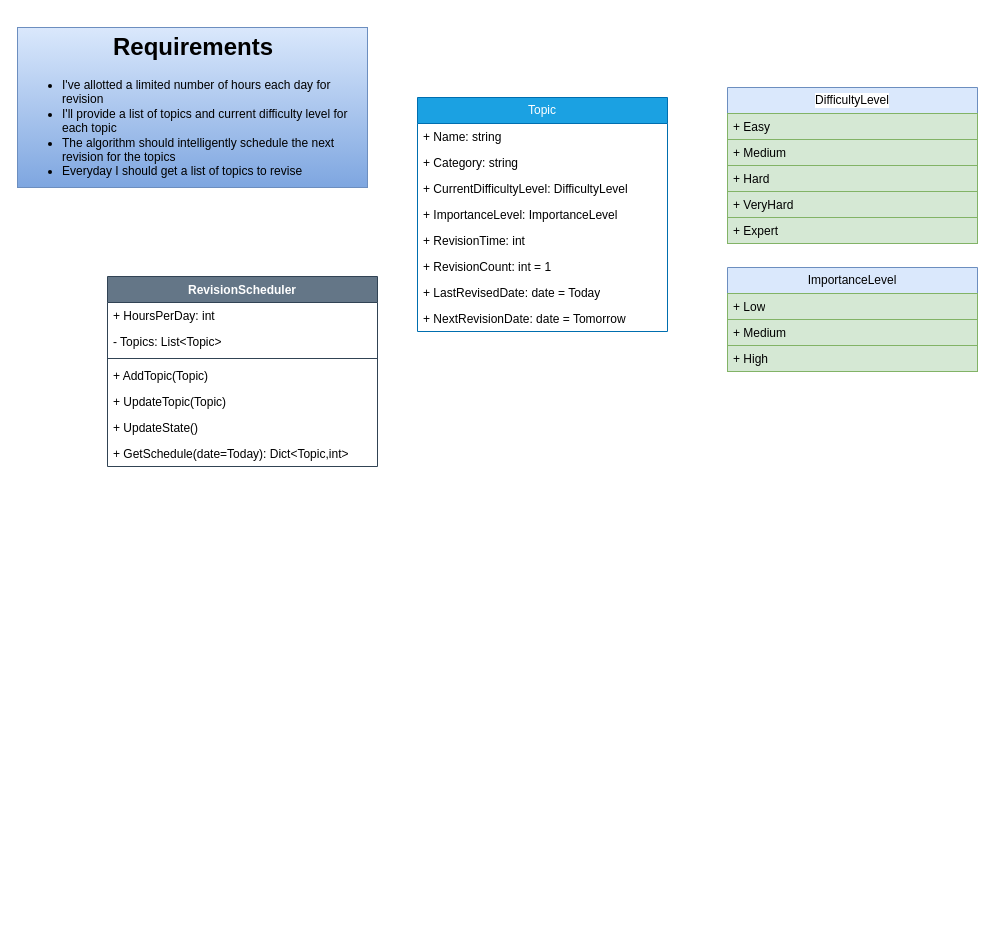
This is Doc/RevisionScheduler.drawio from argon17/RevisionScheduler, a draw.io file, before an edit. Source tidied: cells renumbered, new cells numbered last; positions are measured from the earlier drawing's top-left corner, leaving out a move shared by most shapes. Both pictures are drawn from the tidied source at 100%, with x=0, y=0 at pixel (17, 27).
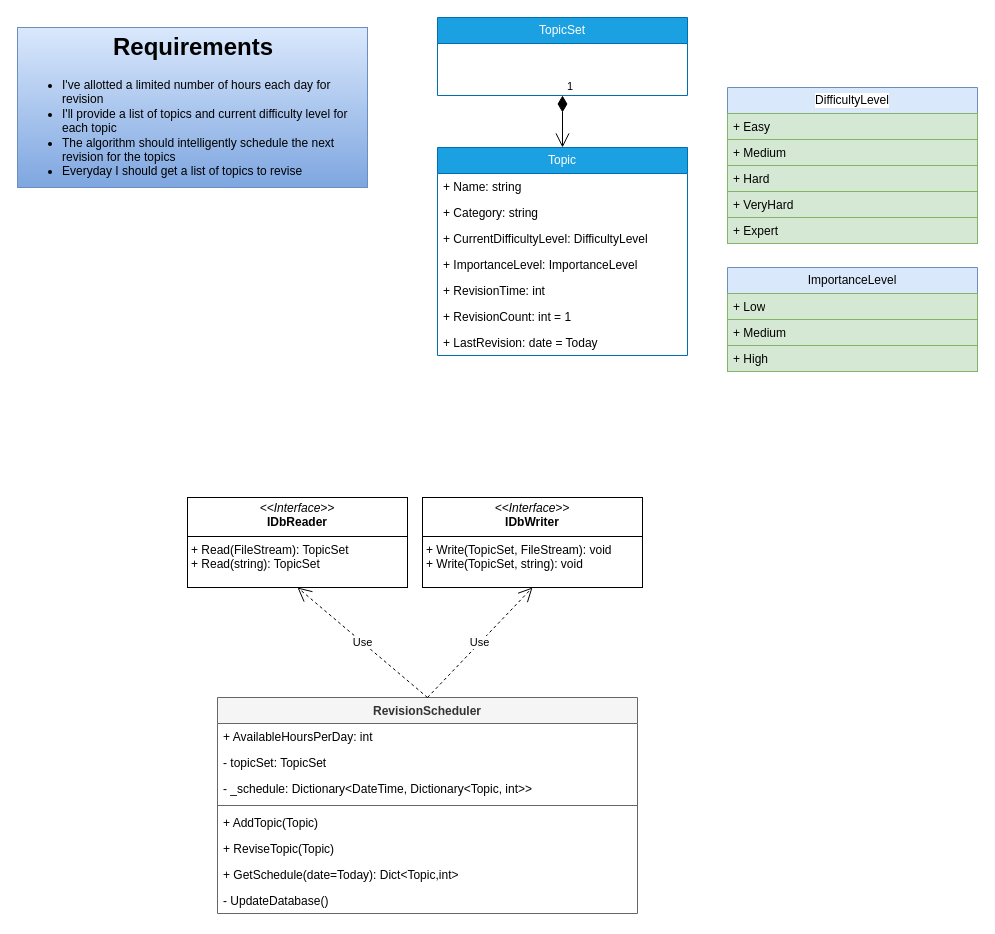
After the change.

The edit, as a diff of the source:
```diff
@@
     <mxCell id="3" value="Topic" style="swimlane;fontStyle=0;horizontal=1;startSize=26;fillColor=#1ba1e2;whiteSpace=wrap;html=1;fontColor=#ffffff;strokeColor=#006EAF;" parent="1" vertex="1">
-      <mxGeometry x="400" y="70" width="250" height="234" as="geometry" />
+      <mxGeometry x="420" y="120" width="250" height="208" as="geometry" />
     </mxCell>
@@
-    <mxCell id="10" value="+ LastRevisedDate: d&lt;span style=&quot;background-color: initial;&quot;&gt;ate = Today&lt;/span&gt;" style="text;strokeColor=none;fillColor=none;align=left;verticalAlign=top;spacingLeft=4;spacingRight=4;overflow=hidden;whiteSpace=wrap;html=1;" parent="3" vertex="1">
+    <mxCell id="10" value="+ LastRevision: d&lt;span style=&quot;background-color: initial;&quot;&gt;ate = Today&lt;/span&gt;" style="text;strokeColor=none;fillColor=none;align=left;verticalAlign=top;spacingLeft=4;spacingRight=4;overflow=hidden;whiteSpace=wrap;html=1;" parent="3" vertex="1">
       <mxGeometry y="182" width="250" height="26" as="geometry" />
     </mxCell>
-    <mxCell id="11" value="+ NextRevisionDate: d&lt;span style=&quot;background-color: initial;&quot;&gt;ate = Tomorrow&lt;/span&gt;" style="text;strokeColor=none;fillColor=none;align=left;verticalAlign=top;spacingLeft=4;spacingRight=4;overflow=hidden;whiteSpace=wrap;html=1;" parent="3" vertex="1">
-      <mxGeometry y="208" width="250" height="26" as="geometry" />
-    </mxCell>
@@
-    <mxCell id="22" value="RevisionScheduler" style="swimlane;fontStyle=1;align=center;verticalAlign=top;horizontal=1;startSize=26;whiteSpace=wrap;html=1;fillColor=#647687;strokeColor=#314354;fontColor=#ffffff;" parent="1" vertex="1">
-      <mxGeometry x="90" y="249" width="270" height="190" as="geometry" />
+    <mxCell id="22" value="RevisionScheduler" style="swimlane;fontStyle=1;align=center;verticalAlign=top;horizontal=1;startSize=26;whiteSpace=wrap;html=1;fillColor=#f5f5f5;strokeColor=#666666;fontColor=#333333;" parent="1" vertex="1">
+      <mxGeometry x="200" y="670" width="420" height="216" as="geometry" />
     </mxCell>
-    <mxCell id="23" value="+ HoursPerDay: int" style="text;strokeColor=none;fillColor=none;align=left;verticalAlign=top;spacingLeft=4;spacingRight=4;overflow=hidden;whiteSpace=wrap;html=1;" parent="22" vertex="1">
-      <mxGeometry y="26" width="270" height="26" as="geometry" />
+    <mxCell id="23" value="+ AvailableHoursPerDay: int" style="text;strokeColor=none;fillColor=none;align=left;verticalAlign=top;spacingLeft=4;spacingRight=4;overflow=hidden;whiteSpace=wrap;html=1;" parent="22" vertex="1">
+      <mxGeometry y="26" width="420" height="26" as="geometry" />
     </mxCell>
-    <mxCell id="24" value="- Topics: List&amp;lt;Topic&amp;gt;" style="text;strokeColor=none;fillColor=none;align=left;verticalAlign=top;spacingLeft=4;spacingRight=4;overflow=hidden;whiteSpace=wrap;html=1;" parent="22" vertex="1">
-      <mxGeometry y="52" width="270" height="26" as="geometry" />
+    <mxCell id="24" value="- topicSet: TopicSet" style="text;strokeColor=none;fillColor=none;align=left;verticalAlign=top;spacingLeft=4;spacingRight=4;overflow=hidden;whiteSpace=wrap;html=1;" parent="22" vertex="1">
+      <mxGeometry y="52" width="420" height="26" as="geometry" />
     </mxCell>
+    <mxCell id="30" value="- _schedule: Dictionary&amp;lt;DateTime, Dictionary&amp;lt;Topic, int&amp;gt;&amp;gt;" style="text;strokeColor=none;fillColor=none;align=left;verticalAlign=top;spacingLeft=4;spacingRight=4;overflow=hidden;whiteSpace=wrap;html=1;" parent="22" vertex="1">
+      <mxGeometry y="78" width="420" height="26" as="geometry" />
+    </mxCell>
     <mxCell id="25" style="line;strokeWidth=1;fillColor=none;align=left;verticalAlign=middle;spacingTop=-1;spacingLeft=3;spacingRight=3;labelPosition=right;strokeColor=inherit;" parent="22" vertex="1">
-      <mxGeometry y="78" width="270" height="8" as="geometry" />
+      <mxGeometry y="104" width="420" height="8" as="geometry" />
     </mxCell>
     <mxCell id="26" value="+ AddTopic(Topic)" style="text;strokeColor=none;fillColor=none;align=left;verticalAlign=top;spacingLeft=4;spacingRight=4;overflow=hidden;whiteSpace=wrap;html=1;" parent="22" vertex="1">
-      <mxGeometry y="86" width="270" height="26" as="geometry" />
+      <mxGeometry y="112" width="420" height="26" as="geometry" />
     </mxCell>
-    <mxCell id="27" value="+ UpdateTopic(Topic)" style="text;strokeColor=none;fillColor=none;align=left;verticalAlign=top;spacingLeft=4;spacingRight=4;overflow=hidden;whiteSpace=wrap;html=1;" parent="22" vertex="1">
-      <mxGeometry y="112" width="270" height="26" as="geometry" />
+    <mxCell id="27" value="+ ReviseTopic(Topic)" style="text;strokeColor=none;fillColor=none;align=left;verticalAlign=top;spacingLeft=4;spacingRight=4;overflow=hidden;whiteSpace=wrap;html=1;" parent="22" vertex="1">
+      <mxGeometry y="138" width="420" height="26" as="geometry" />
     </mxCell>
+    <mxCell id="29" value="+ GetSchedule(date=Today): Dict&amp;lt;Topic,int&amp;gt;" style="text;strokeColor=none;fillColor=none;align=left;verticalAlign=top;spacingLeft=4;spacingRight=4;overflow=hidden;whiteSpace=wrap;html=1;" parent="22" vertex="1">
+      <mxGeometry y="164" width="420" height="26" as="geometry" />
+    </mxCell>
-    <mxCell id="28" value="+ UpdateState()" style="text;strokeColor=none;fillColor=none;align=left;verticalAlign=top;spacingLeft=4;spacingRight=4;overflow=hidden;whiteSpace=wrap;html=1;" parent="22" vertex="1">
-      <mxGeometry y="138" width="270" height="26" as="geometry" />
+    <mxCell id="28" value="- UpdateDatabase()" style="text;strokeColor=none;fillColor=none;align=left;verticalAlign=top;spacingLeft=4;spacingRight=4;overflow=hidden;whiteSpace=wrap;html=1;" parent="22" vertex="1">
+      <mxGeometry y="190" width="420" height="26" as="geometry" />
     </mxCell>
-    <mxCell id="29" value="+ GetSchedule(date=Today): Dict&amp;lt;Topic,int&amp;gt;" style="text;strokeColor=none;fillColor=none;align=left;verticalAlign=top;spacingLeft=4;spacingRight=4;overflow=hidden;whiteSpace=wrap;html=1;" parent="22" vertex="1">
-      <mxGeometry y="164" width="270" height="26" as="geometry" />
-    </mxCell>
+    <mxCell id="31" value="TopicSet" style="swimlane;fontStyle=0;horizontal=1;startSize=26;fillColor=#1ba1e2;whiteSpace=wrap;html=1;fontColor=#ffffff;strokeColor=#006EAF;" parent="1" vertex="1">
+      <mxGeometry x="420" y="-10" width="250" height="78" as="geometry" />
+    </mxCell>
+    <mxCell id="32" value="1" style="endArrow=open;html=1;endSize=12;startArrow=diamondThin;startSize=14;startFill=1;edgeStyle=orthogonalEdgeStyle;align=left;verticalAlign=bottom;rounded=0;exitX=0.5;exitY=1;exitDx=0;exitDy=0;entryX=0.5;entryY=0;entryDx=0;entryDy=0;" parent="1" edge="1" source="31" target="3">
+      <mxGeometry x="-1" y="3" relative="1" as="geometry" />
+    </mxCell>
+    <mxCell id="33" value="&lt;p style=&quot;margin:0px;margin-top:4px;text-align:center;&quot;&gt;&lt;i&gt;&amp;lt;&amp;lt;Interface&amp;gt;&amp;gt;&lt;/i&gt;&lt;br&gt;&lt;b&gt;IDbWriter&lt;/b&gt;&lt;/p&gt;&lt;hr size=&quot;1&quot; style=&quot;border-style:solid;&quot;&gt;&lt;p style=&quot;margin:0px;margin-left:4px;&quot;&gt;&lt;/p&gt;&lt;p style=&quot;margin:0px;margin-left:4px;&quot;&gt;+ Write(TopicSet, FileStream): void&lt;br&gt;&lt;/p&gt;&lt;p style=&quot;margin:0px;margin-left:4px;&quot;&gt;+ Write(TopicSet, string): void&lt;/p&gt;" style="verticalAlign=top;align=left;overflow=fill;html=1;whiteSpace=wrap;" parent="1" vertex="1">
+      <mxGeometry x="405" y="470" width="220" height="90" as="geometry" />
+    </mxCell>
+    <mxCell id="34" value="Use" style="endArrow=open;endSize=12;dashed=1;html=1;rounded=0;exitX=0.5;exitY=0;exitDx=0;exitDy=0;entryX=0.5;entryY=1;entryDx=0;entryDy=0;" parent="1" edge="1" source="22" target="33">
+      <mxGeometry relative="1" as="geometry" />
+    </mxCell>
+    <mxCell id="35" value="&lt;p style=&quot;margin:0px;margin-top:4px;text-align:center;&quot;&gt;&lt;i&gt;&amp;lt;&amp;lt;Interface&amp;gt;&amp;gt;&lt;/i&gt;&lt;br&gt;&lt;b&gt;IDbReader&lt;/b&gt;&lt;/p&gt;&lt;hr size=&quot;1&quot; style=&quot;border-style:solid;&quot;&gt;&lt;p style=&quot;margin:0px;margin-left:4px;&quot;&gt;&lt;/p&gt;&lt;p style=&quot;margin:0px;margin-left:4px;&quot;&gt;+ Read(FileStream): TopicSet&lt;br&gt;&lt;/p&gt;&lt;p style=&quot;margin:0px;margin-left:4px;&quot;&gt;+ Read(string): TopicSet&lt;/p&gt;" style="verticalAlign=top;align=left;overflow=fill;html=1;whiteSpace=wrap;" parent="1" vertex="1">
+      <mxGeometry x="170" y="470" width="220" height="90" as="geometry" />
+    </mxCell>
+    <mxCell id="36" value="Use" style="endArrow=open;endSize=12;dashed=1;html=1;rounded=0;exitX=0.5;exitY=0;exitDx=0;exitDy=0;entryX=0.5;entryY=1;entryDx=0;entryDy=0;" parent="1" edge="1" source="22" target="35">
+      <mxGeometry relative="1" as="geometry" />
+    </mxCell>
```
